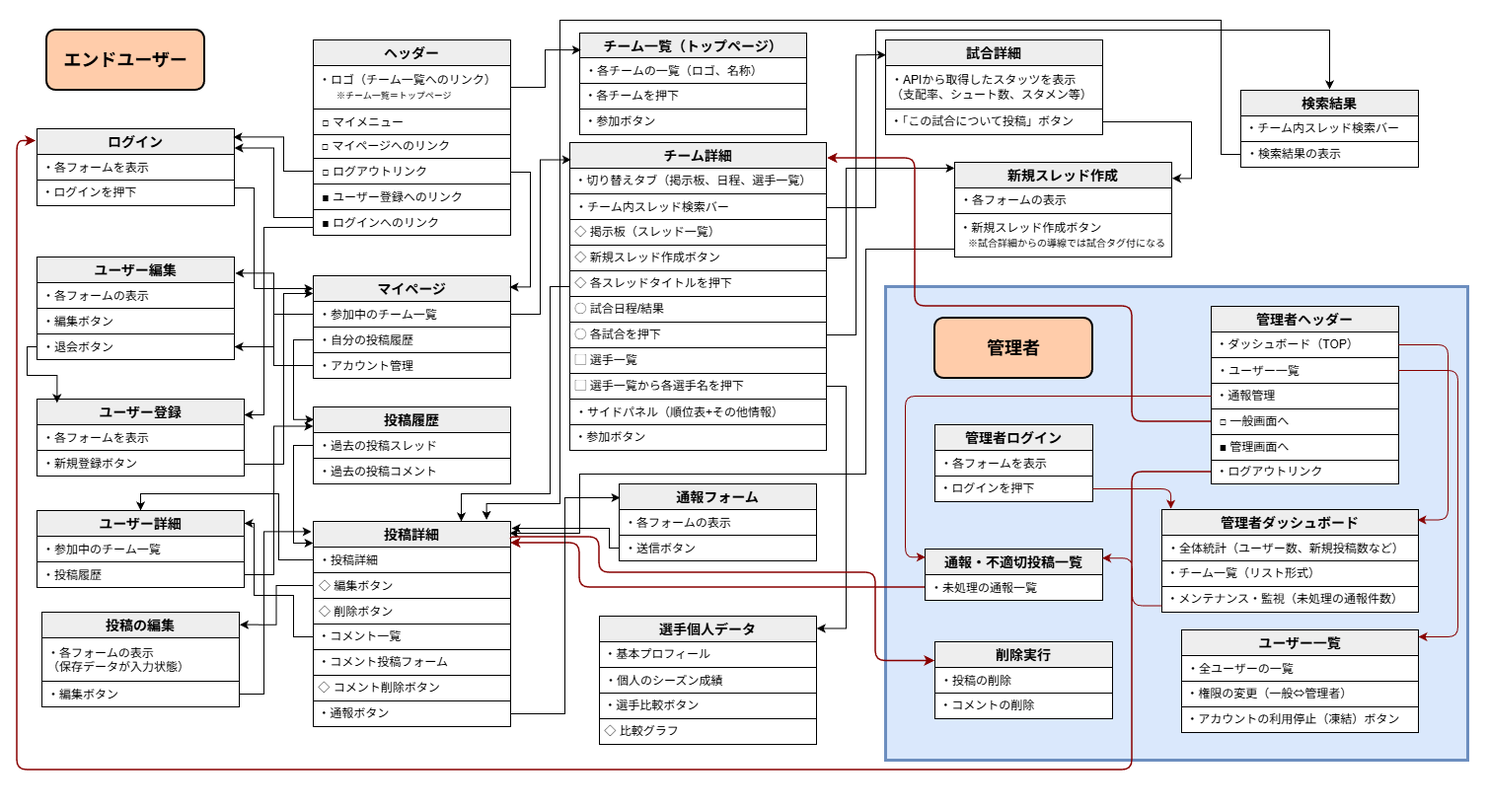
The draw.io diagram docs/images/uiflow.png in theobuzz14-cmyk/premier_hub, before a commit. Source tidied: cells renumbered, new cells last; positions are measured from the earlier drawing's top-left corner, leaving out a move shared by most shapes.
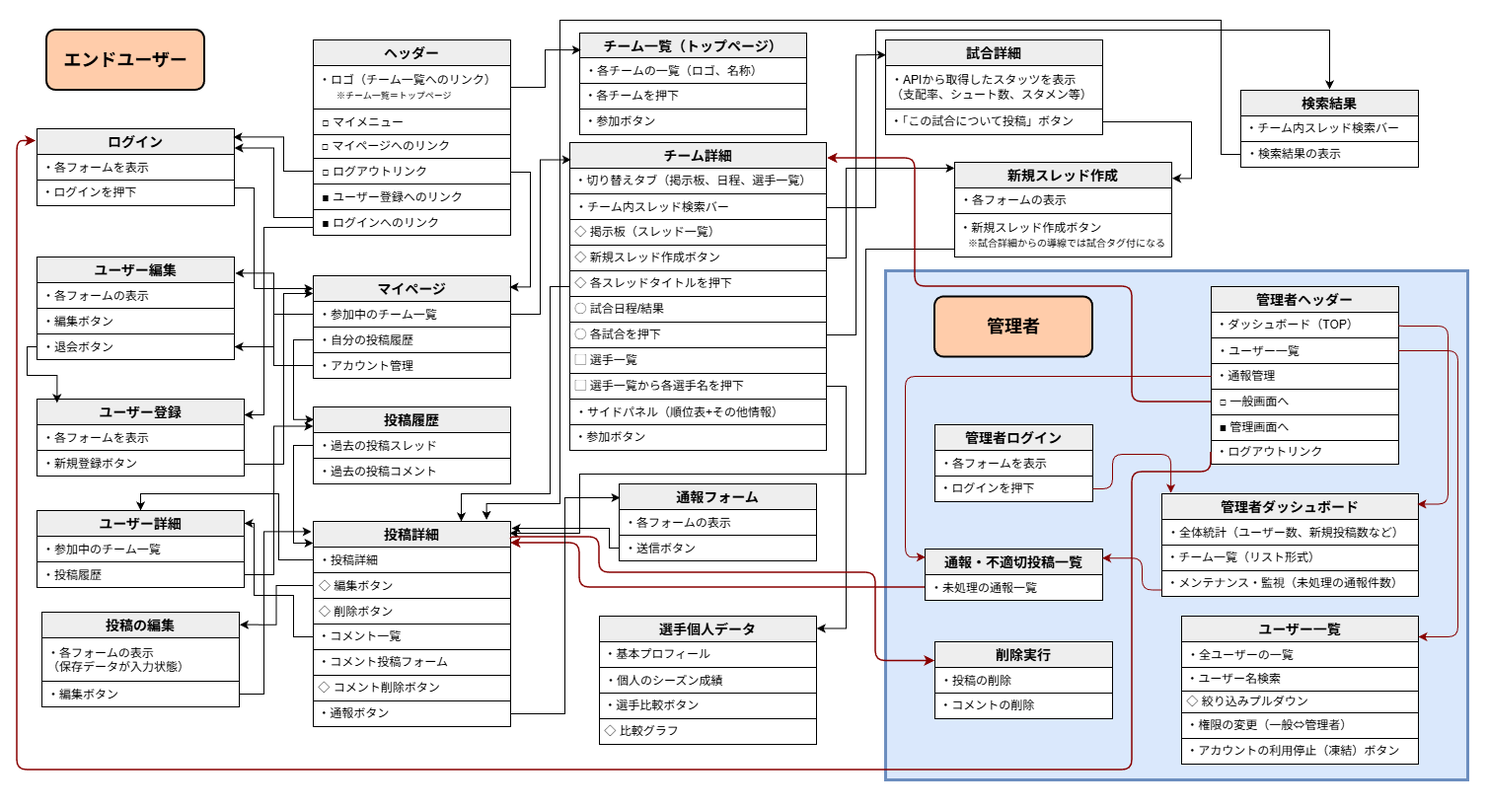
Later version of the same file.

Commit message:
[update] UIFlowの修正,管理者側にユーザー検索を追加

The edit, as a diff of the source:
```diff
@@ -370,10 +370,10 @@
       <mxGeometry relative="1" as="geometry" />
     </mxCell>
     <mxCell id="97" style="rounded=0;whiteSpace=wrap;html=1;fontSize=12;fontStyle=0;strokeWidth=3;perimeterSpacing=0;glass=0;shadow=0;strokeColor=#6c8ebf;fillColor=#dae8fc;" parent="1" vertex="1">
-      <mxGeometry x="880" y="280" width="590" height="480" as="geometry" />
+      <mxGeometry x="880" y="264" width="590" height="516" as="geometry" />
     </mxCell>
     <mxCell id="98" value="&lt;span style=&quot;font-size: 18px;&quot;&gt;&lt;b&gt;管理者&lt;/b&gt;&lt;/span&gt;" style="rounded=1;whiteSpace=wrap;html=1;strokeColor=#000000;strokeWidth=2;fontSize=14;fillColor=#ffCCaa;" parent="1" vertex="1">
-      <mxGeometry x="930" y="312" width="160" height="61" as="geometry" />
+      <mxGeometry x="930" y="290.5" width="160" height="61" as="geometry" />
     </mxCell>
     <mxCell id="99" value="通報・不適切投稿一覧" style="swimlane;fontStyle=1;horizontal=1;startSize=26;strokeColor=#000000;strokeWidth=1;fillColor=#eee;fontSize=14;" parent="1" vertex="1">
       <mxGeometry x="920" y="546" width="180" height="52" as="geometry" />
@@ -382,19 +382,25 @@
       <mxGeometry y="26" width="180" height="26" as="geometry" />
     </mxCell>
     <mxCell id="101" value="ユーザー一覧" style="swimlane;fontStyle=1;horizontal=1;startSize=26;strokeColor=#000000;strokeWidth=1;fillColor=#eee;fontSize=14;" parent="1" vertex="1">
-      <mxGeometry x="1180" y="628" width="240" height="104" as="geometry" />
+      <mxGeometry x="1180" y="614" width="240" height="150" as="geometry" />
     </mxCell>
     <mxCell id="102" value="・全ユーザーの一覧" style="text;align=left;verticalAlign=middle;spacingLeft=4;spacingRight=4;overflow=hidden;fillColor=#ffffff;strokeColor=#000000;" parent="101" vertex="1">
       <mxGeometry y="26" width="240" height="26" as="geometry" />
     </mxCell>
+    <mxCell id="144" value="&amp;nbsp;・ユーザー名検索" style="rounded=0;whiteSpace=wrap;html=1;align=left;" parent="101" vertex="1">
+      <mxGeometry y="52" width="240" height="24" as="geometry" />
+    </mxCell>
+    <mxCell id="145" value="&amp;nbsp;◇ 絞り込みプルダウン" style="rounded=0;whiteSpace=wrap;html=1;align=left;" parent="101" vertex="1">
+      <mxGeometry y="76" width="240" height="22" as="geometry" />
+    </mxCell>
     <mxCell id="103" value="&lt;span style=&quot;text-wrap-mode: nowrap;&quot;&gt;&amp;nbsp;・&lt;/span&gt;権限の変更（一般⇔管理者）" style="rounded=0;whiteSpace=wrap;html=1;align=left;" parent="101" vertex="1">
-      <mxGeometry y="52" width="240" height="26" as="geometry" />
+      <mxGeometry y="98" width="240" height="26" as="geometry" />
     </mxCell>
     <mxCell id="104" value="&amp;nbsp;・アカウントの利用停止（凍結）ボタン" style="rounded=0;whiteSpace=wrap;html=1;align=left;" parent="101" vertex="1">
-      <mxGeometry y="78" width="240" height="26" as="geometry" />
+      <mxGeometry y="124" width="240" height="26" as="geometry" />
     </mxCell>
     <mxCell id="105" value="管理者ダッシュボード" style="swimlane;fontStyle=1;horizontal=1;startSize=26;strokeColor=#000000;strokeWidth=1;fillColor=#eee;fontSize=14;" parent="1" vertex="1">
-      <mxGeometry x="1160" y="506" width="260" height="104" as="geometry" />
+      <mxGeometry x="1160" y="490" width="260" height="104" as="geometry" />
     </mxCell>
     <mxCell id="106" value="・全体統計（ユーザー数、新規投稿数など）" style="text;align=left;verticalAlign=middle;spacingLeft=4;spacingRight=4;overflow=hidden;fillColor=#ffffff;strokeColor=#000000;" parent="105" vertex="1">
       <mxGeometry y="26" width="260" height="26" as="geometry" />
@@ -434,13 +440,24 @@
       </mxGeometry>
     </mxCell>
     <mxCell id="116" style="edgeStyle=orthogonalEdgeStyle;rounded=1;jettySize=auto;html=1;exitX=0;exitY=0.75;exitDx=0;exitDy=0;entryX=0.998;entryY=0.177;entryDx=0;entryDy=0;entryPerimeter=0;curved=0;strokeColor=#880000;" parent="1" edge="1" source="108" target="99">
-      <mxGeometry relative="1" as="geometry" />
+      <mxGeometry relative="1" as="geometry">
+        <Array as="points">
+          <mxPoint x="1140" y="588" />
+          <mxPoint x="1140" y="555" />
+        </Array>
+      </mxGeometry>
     </mxCell>
     <mxCell id="117" style="edgeStyle=orthogonalEdgeStyle;rounded=1;jettySize=auto;html=1;exitX=1;exitY=0.5;exitDx=0;exitDy=0;curved=0;strokeColor=#880000;entryX=0.035;entryY=-0.008;entryDx=0;entryDy=0;entryPerimeter=0;" parent="1" edge="1" source="111" target="105">
-      <mxGeometry relative="1" as="geometry" />
+      <mxGeometry relative="1" as="geometry">
+        <Array as="points">
+          <mxPoint x="1110" y="485" />
+          <mxPoint x="1110" y="450" />
+          <mxPoint x="1169" y="450" />
+        </Array>
+      </mxGeometry>
     </mxCell>
     <mxCell id="118" value="管理者ヘッダー" style="swimlane;fontStyle=1;horizontal=1;startSize=26;strokeColor=#000000;strokeWidth=1;fillColor=#eee;fontSize=14;" parent="1" vertex="1">
-      <mxGeometry x="1210" y="300" width="190" height="180" as="geometry" />
+      <mxGeometry x="1210" y="280" width="190" height="180" as="geometry" />
     </mxCell>
     <mxCell id="119" value="&amp;nbsp;・ダッシュボード（TOP）" style="rounded=0;whiteSpace=wrap;html=1;align=left;" parent="118" vertex="1">
       <mxGeometry y="26" width="190" height="26" as="geometry" />
@@ -467,7 +484,7 @@
       <mxGeometry relative="1" as="geometry">
         <mxPoint x="1420" y="635" as="targetPoint" />
         <Array as="points">
-          <mxPoint x="1460" y="365" />
+          <mxPoint x="1460" y="345" />
           <mxPoint x="1460" y="635" />
         </Array>
       </mxGeometry>
@@ -475,8 +492,9 @@
     <mxCell id="127" style="edgeStyle=orthogonalEdgeStyle;rounded=1;jettySize=auto;html=1;exitX=1;exitY=0.5;exitDx=0;exitDy=0;entryX=0.996;entryY=0.101;entryDx=0;entryDy=0;entryPerimeter=0;curved=0;strokeColor=#880000;" parent="1" edge="1" source="119" target="105">
       <mxGeometry relative="1" as="geometry">
         <Array as="points">
-          <mxPoint x="1450" y="339" />
-          <mxPoint x="1450" y="517" />
+          <mxPoint x="1400" y="320" />
+          <mxPoint x="1450" y="320" />
+          <mxPoint x="1450" y="501" />
         </Array>
       </mxGeometry>
     </mxCell>
@@ -484,11 +502,10 @@
       <mxGeometry relative="1" as="geometry">
         <mxPoint x="821" y="150" as="targetPoint" />
         <Array as="points">
-          <mxPoint x="1130" y="417" />
-          <mxPoint x="1130" y="300" />
-          <mxPoint x="910" y="300" />
+          <mxPoint x="1130" y="397" />
+          <mxPoint x="1130" y="280" />
+          <mxPoint x="910" y="280" />
           <mxPoint x="910" y="150" />
-          <mxPoint x="821" y="150" />
         </Array>
       </mxGeometry>
     </mxCell>
```
